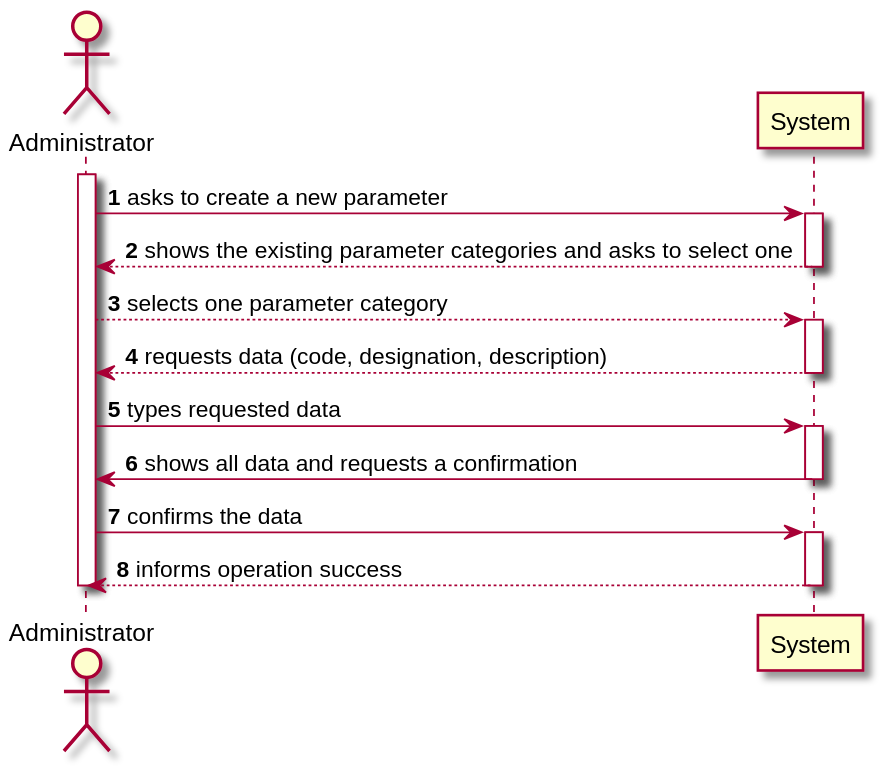
Before: docs/SprintB/US10/US10-SSD.svg, a diagram exported from PlantUML (0franciscor/lei-21-s2-1de-g19).
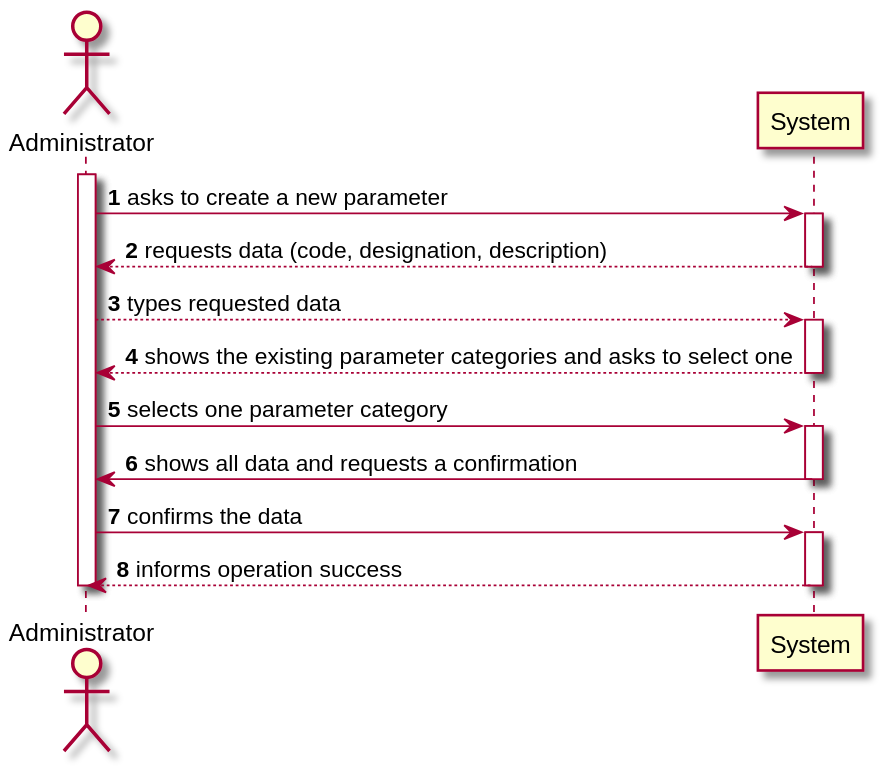
Above is the later version.

What changed in the source:
```diff
@@ -6,10 +6,10 @@
 activate ADM
 
 ADM -> System ++: asks to create a new parameter
+System --> ADM --: requests data (code, designation, description)
+ADM --> System ++: types requested data
 System --> ADM --: shows the existing parameter categories and asks to select one
-ADM --> System ++: selects one parameter category
-System --> ADM --: requests data (code, designation, description)
-ADM -> System ++: types requested data
+ADM -> System ++: selects one parameter category
 System -> ADM --: shows all data and requests a confirmation
 ADM -> System ++: confirms the data
 System --> ADM --: informs operation success
```
